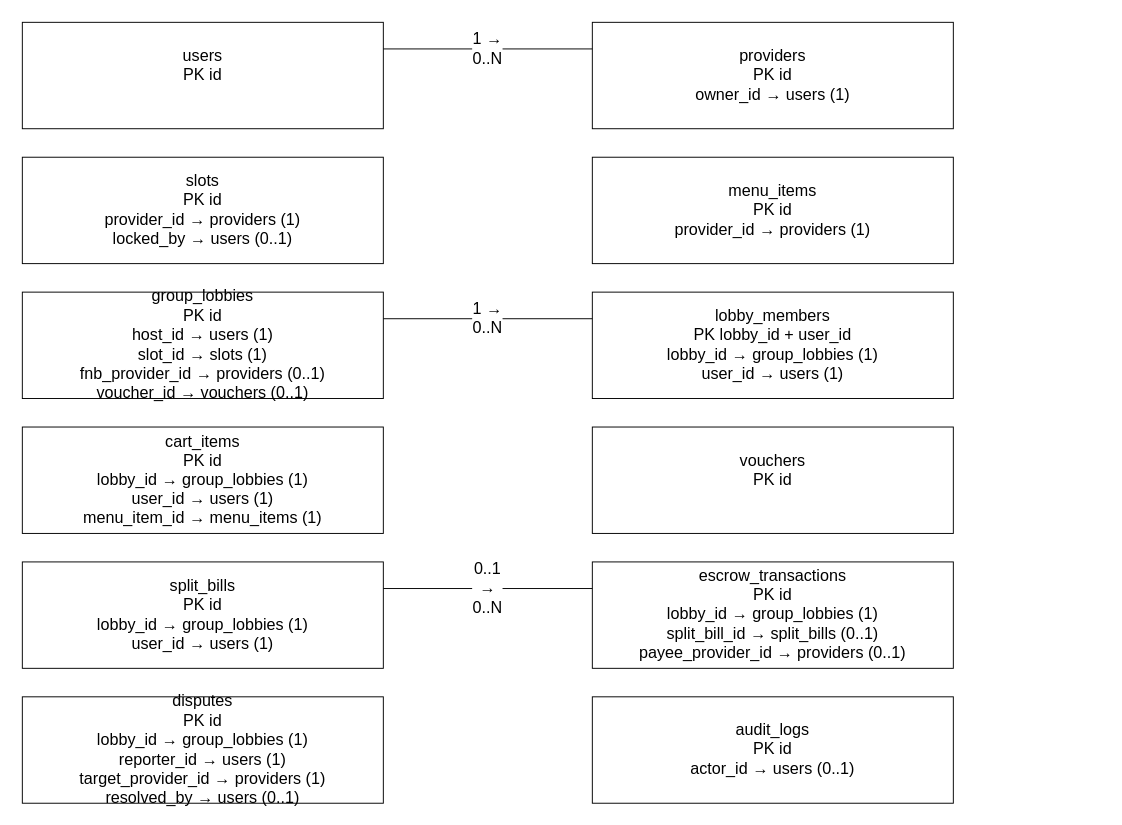
Des1r3d/WebKD keeps this draw.io diagram as page "Tổng quan 12 bảng" (1 of 5) of docs/Bao_cao_SyncHub/Drawio/ERD/ERD.drawio. Above is the earlier version. Source tidied: cells renumbered, new cells numbered last; positions are measured from the earlier drawing's top-left corner, leaving out a move shared by most shapes. Both pictures are drawn from the tidied source at 95%, with x=0, y=0 at pixel (22, 22).
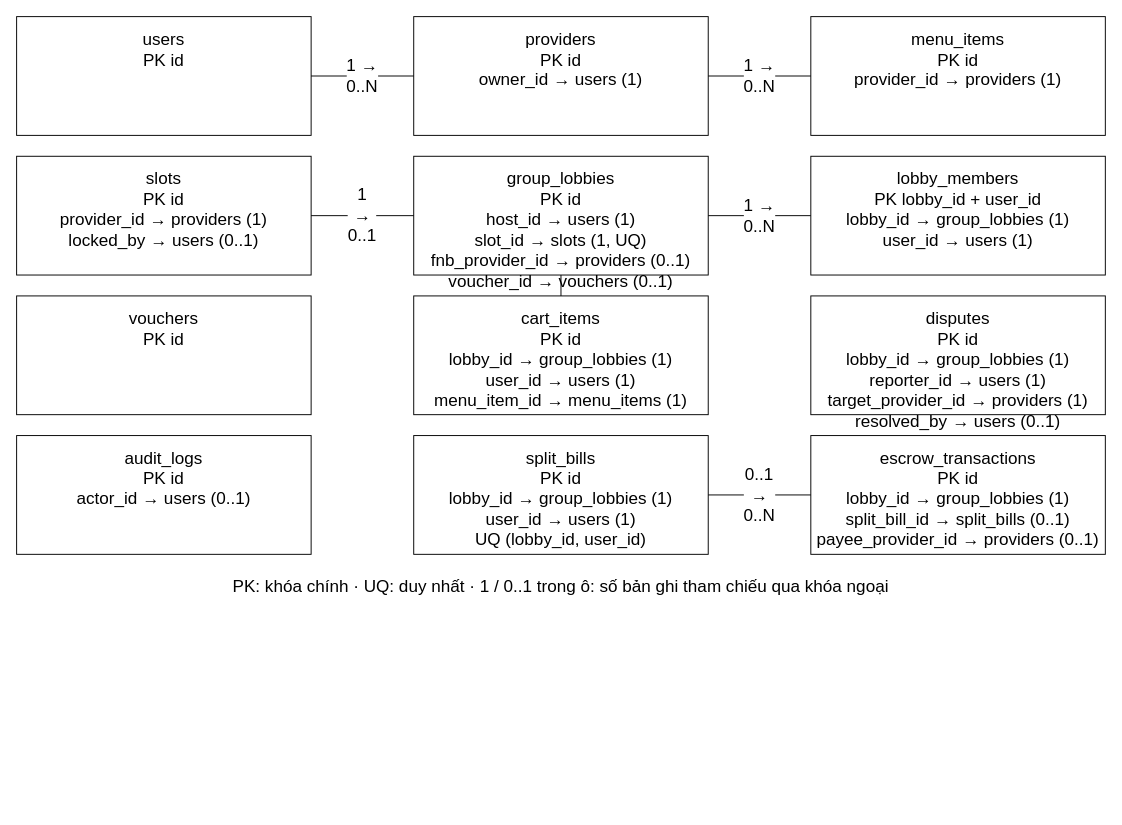
After the change.

Change to the diagram source:
```diff
@@
-    <mxCell id="2" value="users&#10;PK id&#10;" style="strokeColor=#000000;fillColor=#FFFFFF;fontColor=#000000;fontFamily=Arial;fontSize=17;whiteSpace=wrap;html=0;" parent="1" vertex="1">
-      <mxGeometry width="380" height="112" as="geometry" />
+    <mxCell id="2" value="users&#10;PK id" style="strokeColor=#000000;fillColor=#FFFFFF;fontColor=#000000;fontFamily=Arial;fontSize=18;whiteSpace=wrap;html=0;verticalAlign=top;spacingTop=7;" parent="1" vertex="1">
+      <mxGeometry x="-6" y="-6" width="310" height="125" as="geometry" />
     </mxCell>
-    <mxCell id="3" value="providers&#10;PK id&#10;owner_id → users (1)" style="strokeColor=#000000;fillColor=#FFFFFF;fontColor=#000000;fontFamily=Arial;fontSize=17;whiteSpace=wrap;html=0;" parent="1" vertex="1">
-      <mxGeometry x="600" width="380" height="112" as="geometry" />
+    <mxCell id="3" value="providers&#10;PK id&#10;owner_id → users (1)" style="strokeColor=#000000;fillColor=#FFFFFF;fontColor=#000000;fontFamily=Arial;fontSize=18;whiteSpace=wrap;html=0;verticalAlign=top;spacingTop=7;" parent="1" vertex="1">
+      <mxGeometry x="412" y="-6" width="310" height="125" as="geometry" />
     </mxCell>
-    <mxCell id="4" value="slots&#10;PK id&#10;provider_id → providers (1)&#10;locked_by → users (0..1)" style="strokeColor=#000000;fillColor=#FFFFFF;fontColor=#000000;fontFamily=Arial;fontSize=17;whiteSpace=wrap;html=0;" parent="1" vertex="1">
-      <mxGeometry y="142" width="380" height="112" as="geometry" />
+    <mxCell id="4" value="slots&#10;PK id&#10;provider_id → providers (1)&#10;locked_by → users (0..1)" style="strokeColor=#000000;fillColor=#FFFFFF;fontColor=#000000;fontFamily=Arial;fontSize=18;whiteSpace=wrap;html=0;verticalAlign=top;spacingTop=7;" parent="1" vertex="1">
+      <mxGeometry x="-6" y="141" width="310" height="125" as="geometry" />
     </mxCell>
-    <mxCell id="5" value="menu_items&#10;PK id&#10;provider_id → providers (1)" style="strokeColor=#000000;fillColor=#FFFFFF;fontColor=#000000;fontFamily=Arial;fontSize=17;whiteSpace=wrap;html=0;" parent="1" vertex="1">
-      <mxGeometry x="600" y="142" width="380" height="112" as="geometry" />
+    <mxCell id="5" value="menu_items&#10;PK id&#10;provider_id → providers (1)" style="strokeColor=#000000;fillColor=#FFFFFF;fontColor=#000000;fontFamily=Arial;fontSize=18;whiteSpace=wrap;html=0;verticalAlign=top;spacingTop=7;" parent="1" vertex="1">
+      <mxGeometry x="830" y="-6" width="310" height="125" as="geometry" />
     </mxCell>
-    <mxCell id="6" value="group_lobbies&#10;PK id&#10;host_id → users (1)&#10;slot_id → slots (1)&#10;fnb_provider_id → providers (0..1)&#10;voucher_id → vouchers (0..1)" style="strokeColor=#000000;fillColor=#FFFFFF;fontColor=#000000;fontFamily=Arial;fontSize=17;whiteSpace=wrap;html=0;" parent="1" vertex="1">
-      <mxGeometry y="284" width="380" height="112" as="geometry" />
+    <mxCell id="6" value="group_lobbies&#10;PK id&#10;host_id → users (1)&#10;slot_id → slots (1, UQ)&#10;fnb_provider_id → providers (0..1)&#10;voucher_id → vouchers (0..1)" style="strokeColor=#000000;fillColor=#FFFFFF;fontColor=#000000;fontFamily=Arial;fontSize=18;whiteSpace=wrap;html=0;verticalAlign=top;spacingTop=7;" parent="1" vertex="1">
+      <mxGeometry x="412" y="141" width="310" height="125" as="geometry" />
     </mxCell>
-    <mxCell id="7" value="lobby_members&#10;PK lobby_id + user_id&#10;lobby_id → group_lobbies (1)&#10;user_id → users (1)" style="strokeColor=#000000;fillColor=#FFFFFF;fontColor=#000000;fontFamily=Arial;fontSize=17;whiteSpace=wrap;html=0;" parent="1" vertex="1">
-      <mxGeometry x="600" y="284" width="380" height="112" as="geometry" />
+    <mxCell id="7" value="lobby_members&#10;PK lobby_id + user_id&#10;lobby_id → group_lobbies (1)&#10;user_id → users (1)" style="strokeColor=#000000;fillColor=#FFFFFF;fontColor=#000000;fontFamily=Arial;fontSize=18;whiteSpace=wrap;html=0;verticalAlign=top;spacingTop=7;" parent="1" vertex="1">
+      <mxGeometry x="830" y="141" width="310" height="125" as="geometry" />
     </mxCell>
-    <mxCell id="8" value="cart_items&#10;PK id&#10;lobby_id → group_lobbies (1)&#10;user_id → users (1)&#10;menu_item_id → menu_items (1)" style="strokeColor=#000000;fillColor=#FFFFFF;fontColor=#000000;fontFamily=Arial;fontSize=17;whiteSpace=wrap;html=0;" parent="1" vertex="1">
-      <mxGeometry y="426" width="380" height="112" as="geometry" />
+    <mxCell id="8" value="cart_items&#10;PK id&#10;lobby_id → group_lobbies (1)&#10;user_id → users (1)&#10;menu_item_id → menu_items (1)" style="strokeColor=#000000;fillColor=#FFFFFF;fontColor=#000000;fontFamily=Arial;fontSize=18;whiteSpace=wrap;html=0;verticalAlign=top;spacingTop=7;" parent="1" vertex="1">
+      <mxGeometry x="412" y="288" width="310" height="125" as="geometry" />
     </mxCell>
-    <mxCell id="9" value="vouchers&#10;PK id&#10;" style="strokeColor=#000000;fillColor=#FFFFFF;fontColor=#000000;fontFamily=Arial;fontSize=17;whiteSpace=wrap;html=0;" parent="1" vertex="1">
-      <mxGeometry x="600" y="426" width="380" height="112" as="geometry" />
+    <mxCell id="9" value="vouchers&#10;PK id" style="strokeColor=#000000;fillColor=#FFFFFF;fontColor=#000000;fontFamily=Arial;fontSize=18;whiteSpace=wrap;html=0;verticalAlign=top;spacingTop=7;" parent="1" vertex="1">
+      <mxGeometry x="-6" y="288" width="310" height="125" as="geometry" />
     </mxCell>
-    <mxCell id="10" value="split_bills&#10;PK id&#10;lobby_id → group_lobbies (1)&#10;user_id → users (1)" style="strokeColor=#000000;fillColor=#FFFFFF;fontColor=#000000;fontFamily=Arial;fontSize=17;whiteSpace=wrap;html=0;" parent="1" vertex="1">
-      <mxGeometry y="568" width="380" height="112" as="geometry" />
+    <mxCell id="10" value="split_bills&#10;PK id&#10;lobby_id → group_lobbies (1)&#10;user_id → users (1)&#10;UQ (lobby_id, user_id)" style="strokeColor=#000000;fillColor=#FFFFFF;fontColor=#000000;fontFamily=Arial;fontSize=18;whiteSpace=wrap;html=0;verticalAlign=top;spacingTop=7;" parent="1" vertex="1">
+      <mxGeometry x="412" y="435" width="310" height="125" as="geometry" />
     </mxCell>
-    <mxCell id="11" value="escrow_transactions&#10;PK id&#10;lobby_id → group_lobbies (1)&#10;split_bill_id → split_bills (0..1)&#10;payee_provider_id → providers (0..1)" style="strokeColor=#000000;fillColor=#FFFFFF;fontColor=#000000;fontFamily=Arial;fontSize=17;whiteSpace=wrap;html=0;" parent="1" vertex="1">
-      <mxGeometry x="600" y="568" width="380" height="112" as="geometry" />
+    <mxCell id="11" value="escrow_transactions&#10;PK id&#10;lobby_id → group_lobbies (1)&#10;split_bill_id → split_bills (0..1)&#10;payee_provider_id → providers (0..1)" style="strokeColor=#000000;fillColor=#FFFFFF;fontColor=#000000;fontFamily=Arial;fontSize=18;whiteSpace=wrap;html=0;verticalAlign=top;spacingTop=7;" parent="1" vertex="1">
+      <mxGeometry x="830" y="435" width="310" height="125" as="geometry" />
     </mxCell>
-    <mxCell id="12" value="disputes&#10;PK id&#10;lobby_id → group_lobbies (1)&#10;reporter_id → users (1)&#10;target_provider_id → providers (1)&#10;resolved_by → users (0..1)" style="strokeColor=#000000;fillColor=#FFFFFF;fontColor=#000000;fontFamily=Arial;fontSize=17;whiteSpace=wrap;html=0;" parent="1" vertex="1">
-      <mxGeometry y="710" width="380" height="112" as="geometry" />
+    <mxCell id="12" value="disputes&#10;PK id&#10;lobby_id → group_lobbies (1)&#10;reporter_id → users (1)&#10;target_provider_id → providers (1)&#10;resolved_by → users (0..1)" style="strokeColor=#000000;fillColor=#FFFFFF;fontColor=#000000;fontFamily=Arial;fontSize=18;whiteSpace=wrap;html=0;verticalAlign=top;spacingTop=7;" parent="1" vertex="1">
+      <mxGeometry x="830" y="288" width="310" height="125" as="geometry" />
     </mxCell>
-    <mxCell id="13" value="audit_logs&#10;PK id&#10;actor_id → users (0..1)" style="strokeColor=#000000;fillColor=#FFFFFF;fontColor=#000000;fontFamily=Arial;fontSize=17;whiteSpace=wrap;html=0;" parent="1" vertex="1">
-      <mxGeometry x="600" y="710" width="380" height="112" as="geometry" />
+    <mxCell id="13" value="audit_logs&#10;PK id&#10;actor_id → users (0..1)" style="strokeColor=#000000;fillColor=#FFFFFF;fontColor=#000000;fontFamily=Arial;fontSize=18;whiteSpace=wrap;html=0;verticalAlign=top;spacingTop=7;" parent="1" vertex="1">
+      <mxGeometry x="-6" y="435" width="310" height="125" as="geometry" />
     </mxCell>
-    <mxCell id="14" value="1 → 0..N" style="strokeColor=#000000;fillColor=#FFFFFF;fontColor=#000000;fontFamily=Arial;fontSize=17;whiteSpace=wrap;html=0;edgeStyle=segmentEdgeStyle;rounded=0;endArrow=none;labelBackgroundColor=#FFFFFF;exitX=0.0;exitY=0.25;entryX=1.0;entryY=0.25;" parent="1" edge="1" source="3" target="2">
-      <mxGeometry relative="1" as="geometry" />
-    </mxCell>
-    <mxCell id="15" value="1 → 0..N" style="strokeColor=#000000;fillColor=#FFFFFF;fontColor=#000000;fontFamily=Arial;fontSize=17;whiteSpace=wrap;html=0;edgeStyle=segmentEdgeStyle;rounded=0;endArrow=none;labelBackgroundColor=#FFFFFF;exitX=0.0;exitY=0.25;entryX=1.0;entryY=0.25;" parent="1" edge="1" source="7" target="6">
-      <mxGeometry relative="1" as="geometry" />
-    </mxCell>
+    <mxCell id="17" value="1 → 0..N" style="strokeColor=#000000;fillColor=#FFFFFF;fontColor=#000000;fontFamily=Arial;fontSize=18;whiteSpace=wrap;html=0;edgeStyle=segmentEdgeStyle;rounded=0;endArrow=none;endFill=0;labelBackgroundColor=#FFFFFF;exitX=1;exitY=0.5;entryX=0;entryY=0.5;exitPerimeter=0;entryPerimeter=0;" parent="1" edge="1" source="2" target="3">
+      <mxGeometry relative="1" as="geometry" />
+    </mxCell>
+    <mxCell id="18" value="1 → 0..N" style="strokeColor=#000000;fillColor=#FFFFFF;fontColor=#000000;fontFamily=Arial;fontSize=18;whiteSpace=wrap;html=0;edgeStyle=segmentEdgeStyle;rounded=0;endArrow=none;endFill=0;labelBackgroundColor=#FFFFFF;exitX=1;exitY=0.5;entryX=0;entryY=0.5;exitPerimeter=0;entryPerimeter=0;" parent="1" edge="1" source="3" target="5">
+      <mxGeometry relative="1" as="geometry" />
+    </mxCell>
+    <mxCell id="19" value="1 → 0..1" style="strokeColor=#000000;fillColor=#FFFFFF;fontColor=#000000;fontFamily=Arial;fontSize=18;whiteSpace=wrap;html=0;edgeStyle=segmentEdgeStyle;rounded=0;endArrow=none;endFill=0;labelBackgroundColor=#FFFFFF;exitX=1;exitY=0.5;entryX=0;entryY=0.5;exitPerimeter=0;entryPerimeter=0;" parent="1" edge="1" source="4" target="6">
+      <mxGeometry relative="1" as="geometry" />
+    </mxCell>
+    <mxCell id="20" value="1 → 0..N" style="strokeColor=#000000;fillColor=#FFFFFF;fontColor=#000000;fontFamily=Arial;fontSize=18;whiteSpace=wrap;html=0;edgeStyle=segmentEdgeStyle;rounded=0;endArrow=none;endFill=0;labelBackgroundColor=#FFFFFF;exitX=1;exitY=0.5;entryX=0;entryY=0.5;exitPerimeter=0;entryPerimeter=0;" parent="1" edge="1" source="6" target="7">
+      <mxGeometry relative="1" as="geometry" />
+    </mxCell>
-    <mxCell id="16" value="0..1 → 0..N" style="strokeColor=#000000;fillColor=#FFFFFF;fontColor=#000000;fontFamily=Arial;fontSize=17;whiteSpace=wrap;html=0;edgeStyle=segmentEdgeStyle;rounded=0;endArrow=none;labelBackgroundColor=#FFFFFF;exitX=0.0;exitY=0.25;entryX=1.0;entryY=0.25;" parent="1" edge="1" source="11" target="10">
+    <mxCell id="16" value="0..1 → 0..N" style="strokeColor=#000000;fillColor=#FFFFFF;fontColor=#000000;fontFamily=Arial;fontSize=18;whiteSpace=wrap;html=0;edgeStyle=segmentEdgeStyle;rounded=0;endArrow=none;endFill=0;labelBackgroundColor=#FFFFFF;exitX=1;exitY=0.5;entryX=0;entryY=0.5;exitPerimeter=0;entryPerimeter=0;" parent="1" edge="1" source="10" target="11">
       <mxGeometry relative="1" as="geometry" />
     </mxCell>
+    <mxCell id="21" style="strokeColor=#000000;fillColor=#FFFFFF;fontColor=#000000;fontFamily=Arial;fontSize=18;whiteSpace=wrap;html=0;edgeStyle=segmentEdgeStyle;rounded=0;endArrow=none;endFill=0;labelBackgroundColor=#FFFFFF;exitX=0.5;exitY=1;entryX=0.5;entryY=0;exitPerimeter=0;entryPerimeter=0;" parent="1" edge="1" source="6" target="8">
+      <mxGeometry relative="1" as="geometry" />
+    </mxCell>
+    <mxCell id="22" value="PK: khóa chính · UQ: duy nhất · 1 / 0..1 trong ô: số bản ghi tham chiếu qua khóa ngoại" style="strokeColor=#000000;fillColor=#FFFFFF;fontColor=#000000;fontFamily=Arial;fontSize=18;whiteSpace=wrap;html=0;strokeColor=none;fillColor=none;" parent="1" vertex="1">
+      <mxGeometry x="-6" y="580" width="1146" height="28" as="geometry" />
+    </mxCell>
```
